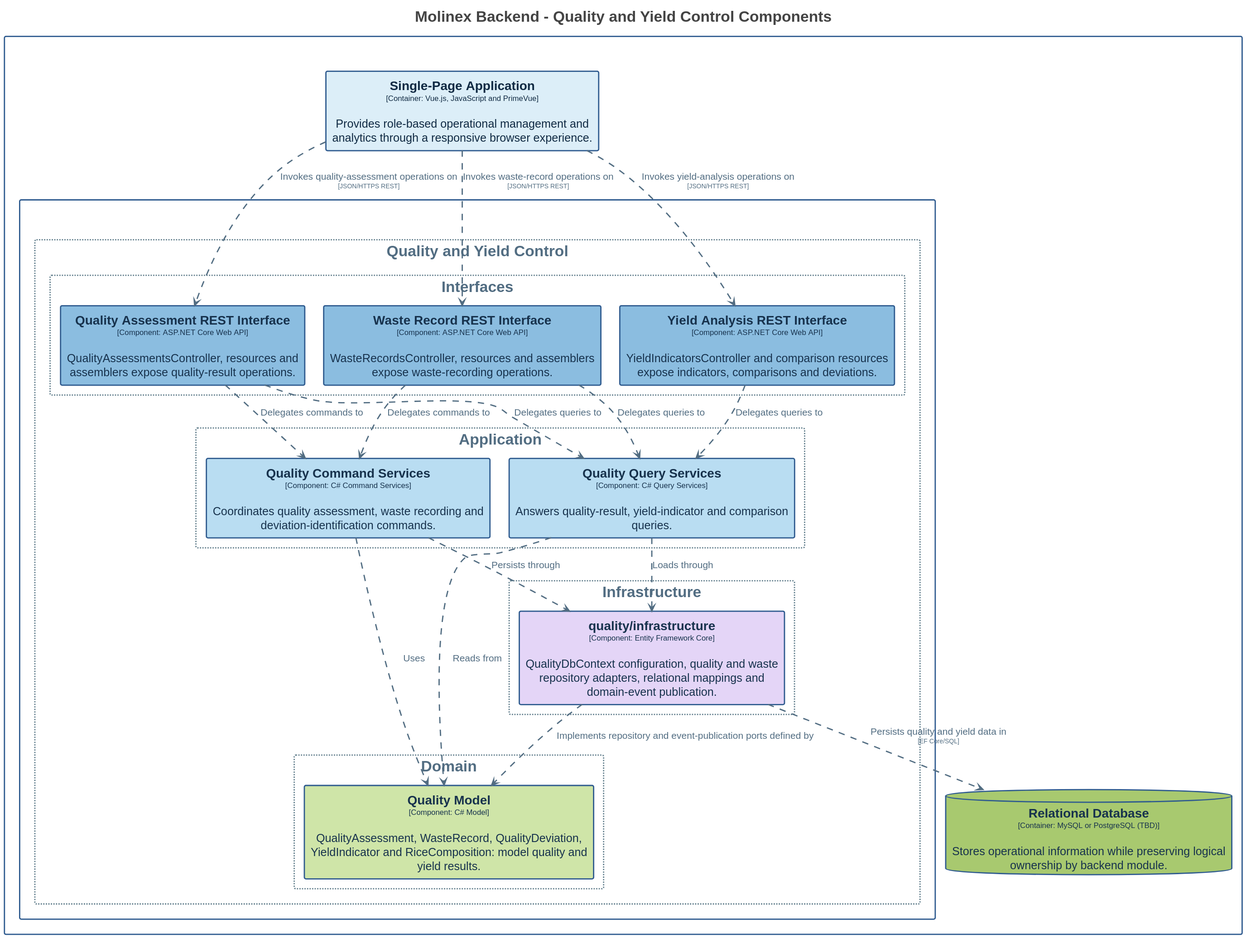
Above: assets/Images Chapter 4/Domain-Driven Software Architecture/C4 Model/backend-quality-yield-control-component-diagram.svg in Vanguard-app-web/molinex-report-apweb (PlantUML), before the change.
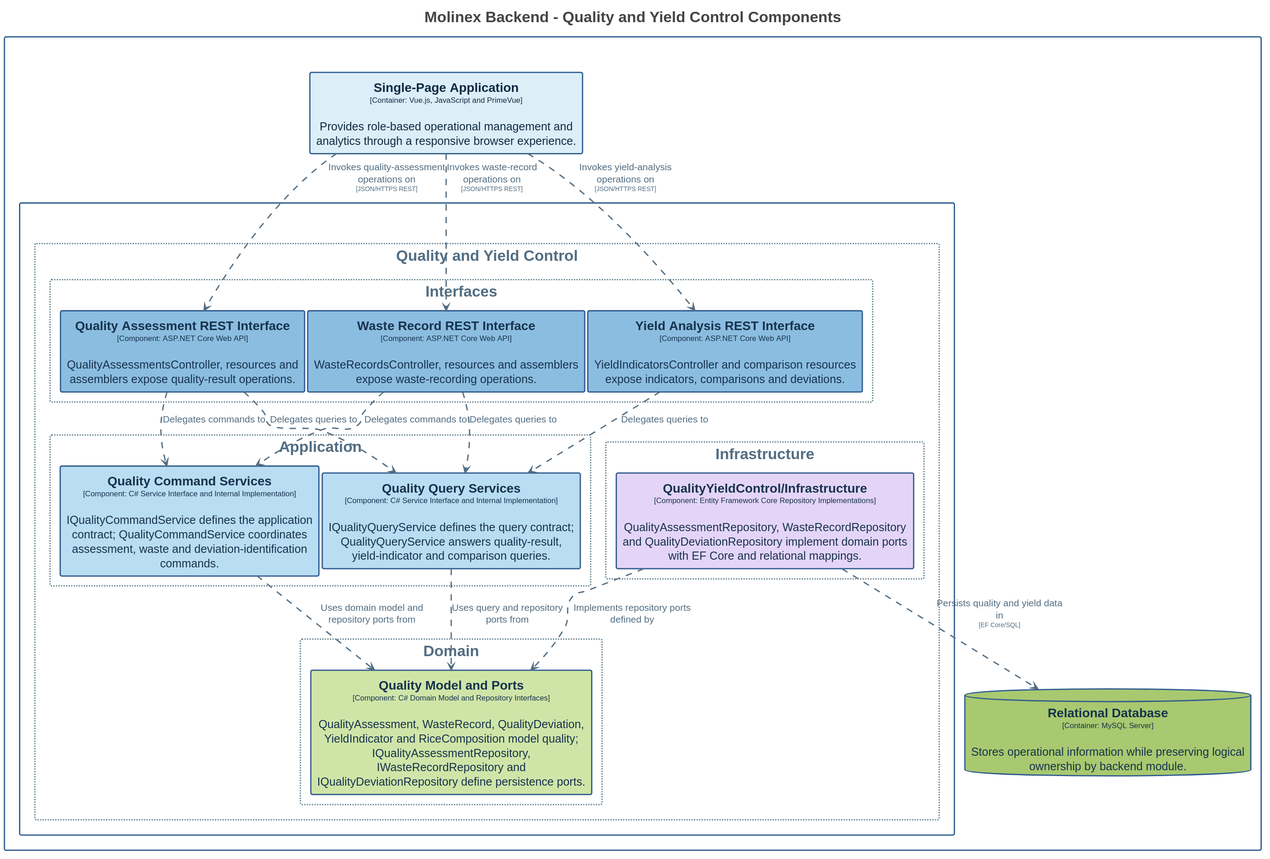
Later version of the same file.

What changed in the source:
```diff
@@ -3,8 +3,8 @@
 
 set separator none
 top to bottom direction
-skinparam ranksep 60
-skinparam nodesep 30
+skinparam ranksep 20
+skinparam nodesep 5
 hide stereotype
 
 <style>
@@ -91,6 +91,7 @@
     LineColor: #526d82;
     FontColor: #526d82;
     FontSize: 15;
+    MaximumWidth: 200;
   }
   // Molinex Platform
   .Boundary-TW9saW5leCBQbGF0Zm9ybQ== {
@@ -173,21 +174,21 @@
 
 rectangle "Molinex Platform\n<size:12>[Software System]</size>" <<Boundary-TW9saW5leCBQbGF0Zm9ybQ==>> {
   rectangle "RESTful API\n<size:12>[Container: C#, ASP.NET Core and Entity Framework Core]</size>" <<Boundary-UkVTVGZ1bCBBUEk=>> {
-    rectangle "Quality and Yield Control" <<Group-UXVhbGl0eSBhbmQgWWllbGQgQ29udHJvbA==>> as groupUXVhbGl0eSBhbmQgWWllbGQgQ29udHJvbA== {
-        rectangle "Application" <<Group-UXVhbGl0eSBhbmQgWWllbGQgQ29udHJvbC9BcHBsaWNhdGlvbg==>> as groupUXVhbGl0eSBhbmQgWWllbGQgQ29udHJvbC9BcHBsaWNhdGlvbg== {
-          rectangle "==Quality Command Services\n<size:12>[Component: C# Command Services]</size>\n\nCoordinates quality assessment, waste recording and deviation-identification commands." <<Element-RWxlbWVudCxDb21wb25lbnQsQmFja2VuZCBBcHBsaWNhdGlvbiBMYXllcg==>> as MolinexPlatform.RESTfulAPI.QualityCommandServices
-          rectangle "==Quality Query Services\n<size:12>[Component: C# Query Services]</size>\n\nAnswers quality-result, yield-indicator and comparison queries." <<Element-RWxlbWVudCxDb21wb25lbnQsQmFja2VuZCBBcHBsaWNhdGlvbiBMYXllcg==>> as MolinexPlatform.RESTfulAPI.QualityQueryServices
+    rectangle "Quality and Yield Control" <<Group-UXVhbGl0eSBhbmQgWWllbGQgQ29udHJvbA==>> as group58 {
+        rectangle "Application" <<Group-UXVhbGl0eSBhbmQgWWllbGQgQ29udHJvbC9BcHBsaWNhdGlvbg==>> as group59 {
+          rectangle "==Quality Command Services\n<size:12>[Component: C# Service Interface and Internal Implementation]</size>\n\nIQualityCommandService defines the application contract; QualityCommandService coordinates assessment, waste and deviation-identification commands." <<Element-RWxlbWVudCxDb21wb25lbnQsQmFja2VuZCBBcHBsaWNhdGlvbiBMYXllcg==>> as MolinexPlatform.RESTfulAPI.QualityCommandServices
+          rectangle "==Quality Query Services\n<size:12>[Component: C# Service Interface and Internal Implementation]</size>\n\nIQualityQueryService defines the query contract; QualityQueryService answers quality-result, yield-indicator and comparison queries." <<Element-RWxlbWVudCxDb21wb25lbnQsQmFja2VuZCBBcHBsaWNhdGlvbiBMYXllcg==>> as MolinexPlatform.RESTfulAPI.QualityQueryServices
         }
 
-        rectangle "Domain" <<Group-UXVhbGl0eSBhbmQgWWllbGQgQ29udHJvbC9Eb21haW4=>> as groupUXVhbGl0eSBhbmQgWWllbGQgQ29udHJvbC9Eb21haW4= {
-          rectangle "==Quality Model\n<size:12>[Component: C# Model]</size>\n\nQualityAssessment, WasteRecord, QualityDeviation, YieldIndicator and RiceComposition: model quality and yield results." <<Element-RWxlbWVudCxDb21wb25lbnQsQmFja2VuZCBEb21haW4=>> as MolinexPlatform.RESTfulAPI.QualityModel
+        rectangle "Domain" <<Group-UXVhbGl0eSBhbmQgWWllbGQgQ29udHJvbC9Eb21haW4=>> as group60 {
+          rectangle "==Quality Model and Ports\n<size:12>[Component: C# Domain Model and Repository Interfaces]</size>\n\nQualityAssessment, WasteRecord, QualityDeviation, YieldIndicator and RiceComposition model quality; IQualityAssessmentRepository, IWasteRecordRepository and IQualityDeviationRepository define persistence ports." <<Element-RWxlbWVudCxDb21wb25lbnQsQmFja2VuZCBEb21haW4=>> as MolinexPlatform.RESTfulAPI.QualityModelandPorts
         }
 
-        rectangle "Infrastructure" <<Group-UXVhbGl0eSBhbmQgWWllbGQgQ29udHJvbC9JbmZyYXN0cnVjdHVyZQ==>> as groupUXVhbGl0eSBhbmQgWWllbGQgQ29udHJvbC9JbmZyYXN0cnVjdHVyZQ== {
-          rectangle "==quality/infrastructure\n<size:12>[Component: Entity Framework Core]</size>\n\nQualityDbContext configuration, quality and waste repository adapters, relational mappings and domain-event publication." <<Element-RWxlbWVudCxDb21wb25lbnQsQmFja2VuZCBJbmZyYXN0cnVjdHVyZQ==>> as MolinexPlatform.RESTfulAPI.qualityinfrastructure
+        rectangle "Infrastructure" <<Group-UXVhbGl0eSBhbmQgWWllbGQgQ29udHJvbC9JbmZyYXN0cnVjdHVyZQ==>> as group61 {
+          rectangle "==QualityYieldControl/Infrastructure\n<size:12>[Component: Entity Framework Core Repository Implementations]</size>\n\nQualityAssessmentRepository, WasteRecordRepository and QualityDeviationRepository implement domain ports with EF Core and relational mappings." <<Element-RWxlbWVudCxDb21wb25lbnQsQmFja2VuZCBJbmZyYXN0cnVjdHVyZQ==>> as MolinexPlatform.RESTfulAPI.QualityYieldControlInfrastructure
         }
 
-        rectangle "Interfaces" <<Group-UXVhbGl0eSBhbmQgWWllbGQgQ29udHJvbC9JbnRlcmZhY2Vz>> as groupUXVhbGl0eSBhbmQgWWllbGQgQ29udHJvbC9JbnRlcmZhY2Vz {
+        rectangle "Interfaces" <<Group-UXVhbGl0eSBhbmQgWWllbGQgQ29udHJvbC9JbnRlcmZhY2Vz>> as group62 {
           rectangle "==Quality Assessment REST Interface\n<size:12>[Component: ASP.NET Core Web API]</size>\n\nQualityAssessmentsController, resources and assemblers expose quality-result operations." <<Element-RWxlbWVudCxDb21wb25lbnQsQmFja2VuZCBJbnRlcmZhY2Vz>> as MolinexPlatform.RESTfulAPI.QualityAssessmentRESTInterface
           rectangle "==Waste Record REST Interface\n<size:12>[Component: ASP.NET Core Web API]</size>\n\nWasteRecordsController, resources and assemblers expose waste-recording operations." <<Element-RWxlbWVudCxDb21wb25lbnQsQmFja2VuZCBJbnRlcmZhY2Vz>> as MolinexPlatform.RESTfulAPI.WasteRecordRESTInterface
           rectangle "==Yield Analysis REST Interface\n<size:12>[Component: ASP.NET Core Web API]</size>\n\nYieldIndicatorsController and comparison resources expose indicators, comparisons and deviations." <<Element-RWxlbWVudCxDb21wb25lbnQsQmFja2VuZCBJbnRlcmZhY2Vz>> as MolinexPlatform.RESTfulAPI.YieldAnalysisRESTInterface
@@ -198,7 +199,7 @@
   }
 
   rectangle "==Single-Page Application\n<size:12>[Container: Vue.js, JavaScript and PrimeVue]</size>\n\nProvides role-based operational management and analytics through a responsive browser experience." <<Element-RWxlbWVudCxDb250YWluZXIsU1BB>> as MolinexPlatform.SinglePageApplication
-  database "==Relational Database\n<size:12>[Container: MySQL or PostgreSQL (TBD)]</size>\n\nStores operational information while preserving logical ownership by backend module." <<Element-RWxlbWVudCxDb250YWluZXIsRGF0YWJhc2U=>> as MolinexPlatform.RelationalDatabase
+  database "==Relational Database\n<size:12>[Container: MySQL Server]</size>\n\nStores operational information while preserving logical ownership by backend module." <<Element-RWxlbWVudCxDb250YWluZXIsRGF0YWJhc2U=>> as MolinexPlatform.RelationalDatabase
 }
 
 MolinexPlatform.SinglePageApplication --> MolinexPlatform.RESTfulAPI.QualityAssessmentRESTInterface <<Relationship-UmVsYXRpb25zaGlw>> : "Invokes quality-assessment operations on\n<size:10>[JSON/HTTPS REST]</size>"
@@ -209,10 +210,8 @@
 MolinexPlatform.RESTfulAPI.WasteRecordRESTInterface --> MolinexPlatform.RESTfulAPI.QualityCommandServices <<Relationship-UmVsYXRpb25zaGlw>> : "Delegates commands to"
 MolinexPlatform.RESTfulAPI.WasteRecordRESTInterface --> MolinexPlatform.RESTfulAPI.QualityQueryServices <<Relationship-UmVsYXRpb25zaGlw>> : "Delegates queries to"
 MolinexPlatform.RESTfulAPI.YieldAnalysisRESTInterface --> MolinexPlatform.RESTfulAPI.QualityQueryServices <<Relationship-UmVsYXRpb25zaGlw>> : "Delegates queries to"
-MolinexPlatform.RESTfulAPI.QualityCommandServices --> MolinexPlatform.RESTfulAPI.QualityModel <<Relationship-UmVsYXRpb25zaGlw>> : "Uses"
-MolinexPlatform.RESTfulAPI.QualityQueryServices --> MolinexPlatform.RESTfulAPI.QualityModel <<Relationship-UmVsYXRpb25zaGlw>> : "Reads from"
-MolinexPlatform.RESTfulAPI.QualityCommandServices --> MolinexPlatform.RESTfulAPI.qualityinfrastructure <<Relationship-UmVsYXRpb25zaGlw>> : "Persists through"
-MolinexPlatform.RESTfulAPI.QualityQueryServices --> MolinexPlatform.RESTfulAPI.qualityinfrastructure <<Relationship-UmVsYXRpb25zaGlw>> : "Loads through"
-MolinexPlatform.RESTfulAPI.qualityinfrastructure --> MolinexPlatform.RESTfulAPI.QualityModel <<Relationship-UmVsYXRpb25zaGlw>> : "Implements repository and event-publication ports defined by"
-MolinexPlatform.RESTfulAPI.qualityinfrastructure --> MolinexPlatform.RelationalDatabase <<Relationship-UmVsYXRpb25zaGlw>> : "Persists quality and yield data in\n<size:10>[EF Core/SQL]</size>"
+MolinexPlatform.RESTfulAPI.QualityCommandServices --> MolinexPlatform.RESTfulAPI.QualityModelandPorts <<Relationship-UmVsYXRpb25zaGlw>> : "Uses domain model and repository ports from"
+MolinexPlatform.RESTfulAPI.QualityQueryServices --> MolinexPlatform.RESTfulAPI.QualityModelandPorts <<Relationship-UmVsYXRpb25zaGlw>> : "Uses query and repository ports from"
+MolinexPlatform.RESTfulAPI.QualityYieldControlInfrastructure --> MolinexPlatform.RESTfulAPI.QualityModelandPorts <<Relationship-UmVsYXRpb25zaGlw>> : "Implements repository ports defined by"
+MolinexPlatform.RESTfulAPI.QualityYieldControlInfrastructure --> MolinexPlatform.RelationalDatabase <<Relationship-UmVsYXRpb25zaGlw>> : "Persists quality and yield data in\n<size:10>[EF Core/SQL]</size>"
 @enduml
```
